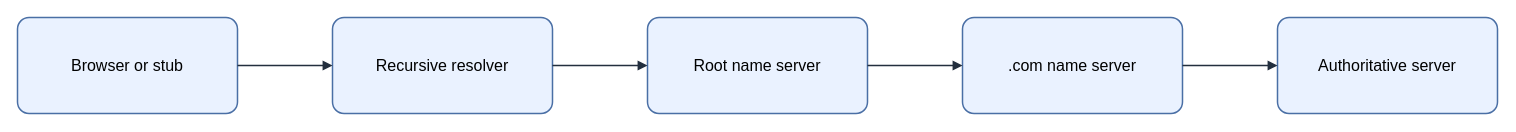
Above: assets/img/network/dns-recursive-resolution.drawio in KKamJi98/kkamji98.github.io (draw.io), before the change. Source tidied: cells renumbered, new cells numbered last; positions are measured from the earlier drawing's top-left corner, leaving out a move shared by most shapes. Both pictures are drawn from the tidied source at 100%, with x=0, y=0 at pixel (17, 17).
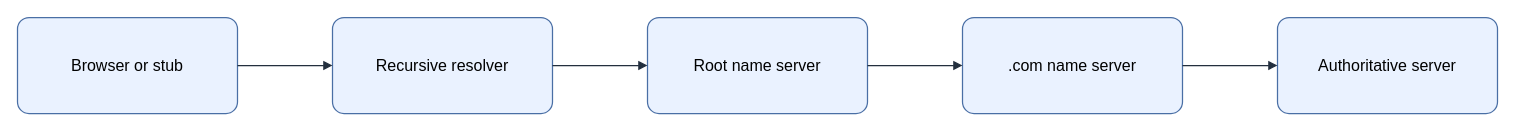
Above is the later version.

The edit, as a diff of the source:
```diff
@@
 <mxGraphModel background="#FFFFFF">
   <root>
     <mxCell id="0" />
     <mxCell id="1" parent="0" />
-    <mxCell id="2" value="&lt;font style=&quot;color: rgb(0, 0, 0);&quot;&gt;Browser or stub&lt;/font&gt;" style="rounded=1;arcSize=12;whiteSpace=wrap;html=1;fillColor=#EAF2FF;strokeColor=#4A6FA5;strokeWidth=1.5;fontColor=#000000;fontSize=16;align=center;verticalAlign=middle;spacing=8;shadow=0;" parent="1" vertex="1">
+    <mxCell id="2" value="Browser or stub" style="rounded=1;arcSize=12;whiteSpace=wrap;html=0;fillColor=#EAF2FF;strokeColor=#4A6FA5;strokeWidth=1.25;fontColor=#000000;fontSize=16;align=center;verticalAlign=middle;spacing=8;shadow=0;" parent="1" vertex="1">
       <mxGeometry width="220" height="96" as="geometry" />
     </mxCell>
-    <mxCell id="3" value="&lt;font style=&quot;color: rgb(0, 0, 0);&quot;&gt;Recursive resolver&lt;/font&gt;" style="rounded=1;arcSize=12;whiteSpace=wrap;html=1;fillColor=#EAF2FF;strokeColor=#4A6FA5;strokeWidth=1.5;fontColor=#000000;fontSize=16;align=center;verticalAlign=middle;spacing=8;shadow=0;" parent="1" vertex="1">
+    <mxCell id="3" value="Recursive resolver" style="rounded=1;arcSize=12;whiteSpace=wrap;html=0;fillColor=#EAF2FF;strokeColor=#4A6FA5;strokeWidth=1.25;fontColor=#000000;fontSize=16;align=center;verticalAlign=middle;spacing=8;shadow=0;" parent="1" vertex="1">
       <mxGeometry x="315" width="220" height="96" as="geometry" />
     </mxCell>
-    <mxCell id="4" value="&lt;font style=&quot;color: rgb(0, 0, 0);&quot;&gt;Root name server&lt;/font&gt;" style="rounded=1;arcSize=12;whiteSpace=wrap;html=1;fillColor=#EAF2FF;strokeColor=#4A6FA5;strokeWidth=1.5;fontColor=#000000;fontSize=16;align=center;verticalAlign=middle;spacing=8;shadow=0;" parent="1" vertex="1">
+    <mxCell id="4" value="Root name server" style="rounded=1;arcSize=12;whiteSpace=wrap;html=0;fillColor=#EAF2FF;strokeColor=#4A6FA5;strokeWidth=1.25;fontColor=#000000;fontSize=16;align=center;verticalAlign=middle;spacing=8;shadow=0;" parent="1" vertex="1">
       <mxGeometry x="630" width="220" height="96" as="geometry" />
     </mxCell>
-    <mxCell id="5" value="&lt;font style=&quot;color: rgb(0, 0, 0);&quot;&gt;.com name server&lt;/font&gt;" style="rounded=1;arcSize=12;whiteSpace=wrap;html=1;fillColor=#EAF2FF;strokeColor=#4A6FA5;strokeWidth=1.5;fontColor=#000000;fontSize=16;align=center;verticalAlign=middle;spacing=8;shadow=0;" parent="1" vertex="1">
+    <mxCell id="5" value=".com name server" style="rounded=1;arcSize=12;whiteSpace=wrap;html=0;fillColor=#EAF2FF;strokeColor=#4A6FA5;strokeWidth=1.25;fontColor=#000000;fontSize=16;align=center;verticalAlign=middle;spacing=8;shadow=0;" parent="1" vertex="1">
       <mxGeometry x="945" width="220" height="96" as="geometry" />
     </mxCell>
-    <mxCell id="6" value="&lt;font style=&quot;color: rgb(0, 0, 0);&quot;&gt;Authoritative server&lt;/font&gt;" style="rounded=1;arcSize=12;whiteSpace=wrap;html=1;fillColor=#EAF2FF;strokeColor=#4A6FA5;strokeWidth=1.5;fontColor=#000000;fontSize=16;align=center;verticalAlign=middle;spacing=8;shadow=0;" parent="1" vertex="1">
+    <mxCell id="6" value="Authoritative server" style="rounded=1;arcSize=12;whiteSpace=wrap;html=0;fillColor=#EAF2FF;strokeColor=#4A6FA5;strokeWidth=1.25;fontColor=#000000;fontSize=16;align=center;verticalAlign=middle;spacing=8;shadow=0;" parent="1" vertex="1">
       <mxGeometry x="1260" width="220" height="96" as="geometry" />
     </mxCell>
-    <mxCell id="7" style="edgeStyle=orthogonalEdgeStyle;rounded=0;jettySize=auto;html=1;endArrow=block;endFill=1;strokeColor=#232F3E;strokeWidth=1.5;fontColor=#000000;labelBackgroundColor=none;exitX=1;exitY=0.5;exitDx=0;exitDy=0;entryX=0;entryY=0.5;entryDx=0;entryDy=0;" parent="1" edge="1" source="2" target="3">
+    <mxCell id="7" style="edgeStyle=orthogonalEdgeStyle;rounded=0;jettySize=auto;html=0;endArrow=block;endFill=1;strokeColor=#232F3E;strokeWidth=1.25;fontColor=#000000;labelBackgroundColor=none;exitX=1;exitY=0.5;exitDx=0;exitDy=0;entryX=0;entryY=0.5;entryDx=0;entryDy=0;" parent="1" edge="1" source="2" target="3">
       <mxGeometry relative="1" as="geometry" />
     </mxCell>
-    <mxCell id="8" style="edgeStyle=orthogonalEdgeStyle;rounded=0;jettySize=auto;html=1;endArrow=block;endFill=1;strokeColor=#232F3E;strokeWidth=1.5;fontColor=#000000;labelBackgroundColor=none;exitX=1;exitY=0.5;exitDx=0;exitDy=0;entryX=0;entryY=0.5;entryDx=0;entryDy=0;" parent="1" edge="1" source="3" target="4">
+    <mxCell id="8" style="edgeStyle=orthogonalEdgeStyle;rounded=0;jettySize=auto;html=0;endArrow=block;endFill=1;strokeColor=#232F3E;strokeWidth=1.25;fontColor=#000000;labelBackgroundColor=none;exitX=1;exitY=0.5;exitDx=0;exitDy=0;entryX=0;entryY=0.5;entryDx=0;entryDy=0;" parent="1" edge="1" source="3" target="4">
       <mxGeometry relative="1" as="geometry" />
     </mxCell>
-    <mxCell id="9" style="edgeStyle=orthogonalEdgeStyle;rounded=0;jettySize=auto;html=1;endArrow=block;endFill=1;strokeColor=#232F3E;strokeWidth=1.5;fontColor=#000000;labelBackgroundColor=none;exitX=1;exitY=0.5;exitDx=0;exitDy=0;entryX=0;entryY=0.5;entryDx=0;entryDy=0;" parent="1" edge="1" source="4" target="5">
+    <mxCell id="9" style="edgeStyle=orthogonalEdgeStyle;rounded=0;jettySize=auto;html=0;endArrow=block;endFill=1;strokeColor=#232F3E;strokeWidth=1.25;fontColor=#000000;labelBackgroundColor=none;exitX=1;exitY=0.5;exitDx=0;exitDy=0;entryX=0;entryY=0.5;entryDx=0;entryDy=0;" parent="1" edge="1" source="4" target="5">
       <mxGeometry relative="1" as="geometry" />
     </mxCell>
-    <mxCell id="10" style="edgeStyle=orthogonalEdgeStyle;rounded=0;jettySize=auto;html=1;endArrow=block;endFill=1;strokeColor=#232F3E;strokeWidth=1.5;fontColor=#000000;labelBackgroundColor=none;exitX=1;exitY=0.5;exitDx=0;exitDy=0;entryX=0;entryY=0.5;entryDx=0;entryDy=0;" parent="1" edge="1" source="5" target="6">
+    <mxCell id="10" style="edgeStyle=orthogonalEdgeStyle;rounded=0;jettySize=auto;html=0;endArrow=block;endFill=1;strokeColor=#232F3E;strokeWidth=1.25;fontColor=#000000;labelBackgroundColor=none;exitX=1;exitY=0.5;exitDx=0;exitDy=0;entryX=0;entryY=0.5;entryDx=0;entryDy=0;" parent="1" edge="1" source="5" target="6">
       <mxGeometry relative="1" as="geometry" />
     </mxCell>
   </root>
 </mxGraphModel>
```
